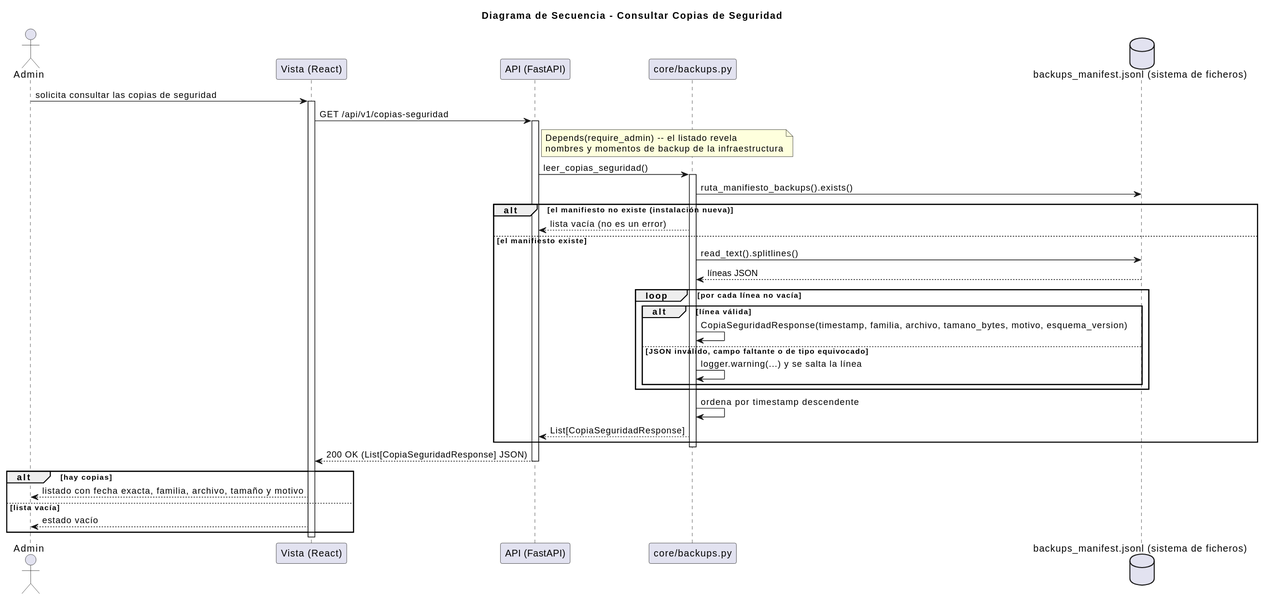
Before: images/RUP/03-diseño/casos-uso/consultarCopiasSeguridad/secuencia.svg, a diagram exported from PlantUML (mmasias/pyCeldaPublico).
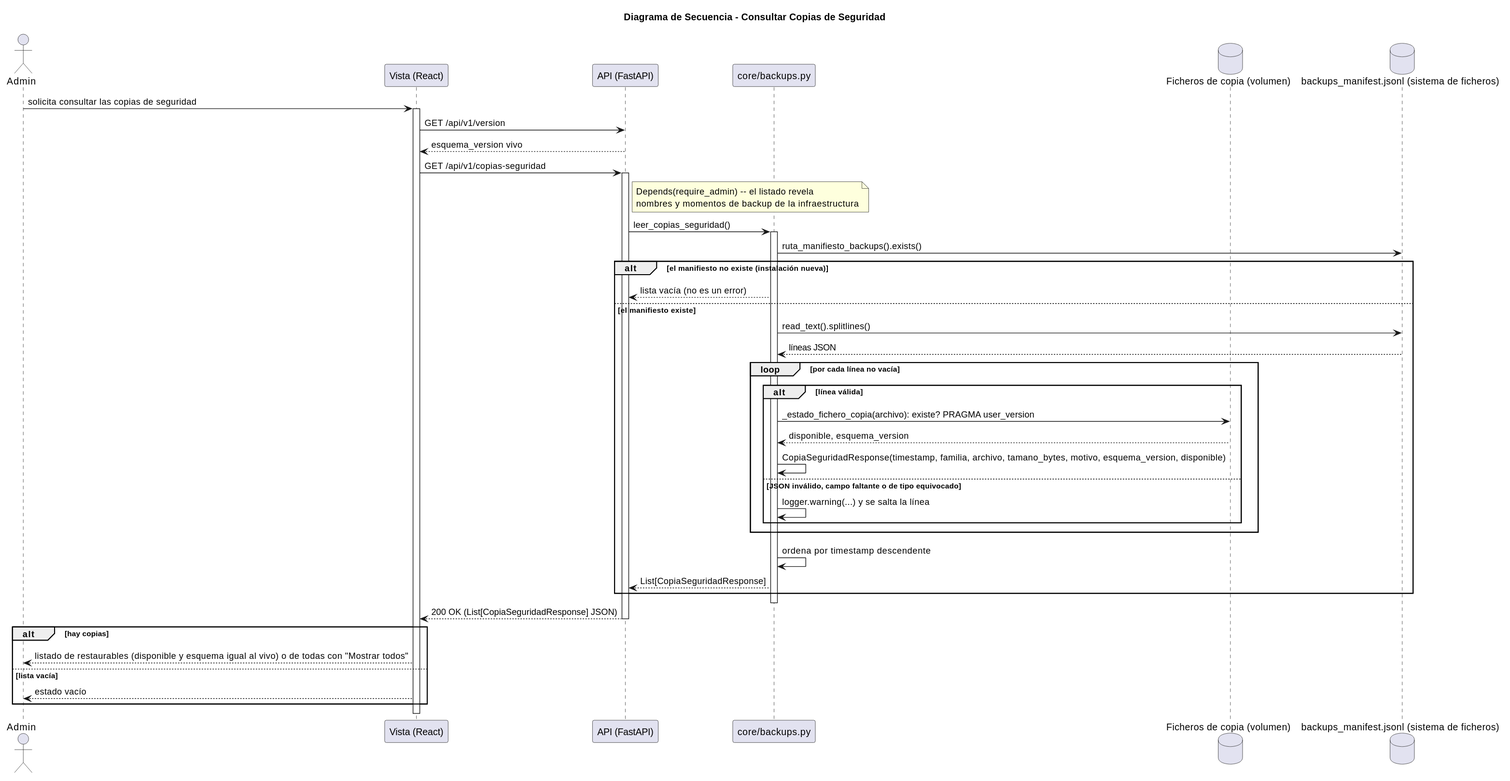
The same file after the commit.

The edit, as a diff of the source:
```diff
@@ -5,10 +5,13 @@
 participant "Vista (React)" as Vista
 participant "API (FastAPI)" as API
 participant "core/backups.py" as Backups
+database "Ficheros de copia (volumen)" as Ficheros
 database "backups_manifest.jsonl (sistema de ficheros)" as Manifiesto
 
 Admin -> Vista: solicita consultar las copias de seguridad
 activate Vista
+Vista -> API: GET /api/v1/version
+API --> Vista: esquema_version vivo
 Vista -> API: GET /api/v1/copias-seguridad
 activate API
 note right of API: Depends(require_admin) -- el listado revela\nnombres y momentos de backup de la infraestructura
@@ -23,7 +26,9 @@
     Manifiesto --> Backups: líneas JSON
     loop por cada línea no vacía
         alt línea válida
-            Backups -> Backups: CopiaSeguridadResponse(timestamp, familia, archivo, tamano_bytes, motivo, esquema_version)
+            Backups -> Ficheros: _estado_fichero_copia(archivo): existe? PRAGMA user_version
+            Ficheros --> Backups: disponible, esquema_version
+            Backups -> Backups: CopiaSeguridadResponse(timestamp, familia, archivo, tamano_bytes, motivo, esquema_version, disponible)
         else JSON inválido, campo faltante o de tipo equivocado
             Backups -> Backups: logger.warning(...) y se salta la línea
         end
@@ -36,7 +41,7 @@
 API --> Vista: 200 OK (List[CopiaSeguridadResponse] JSON)
 deactivate API
 alt hay copias
-    Vista --> Admin: listado con fecha exacta, familia, archivo, tamaño y motivo
+    Vista --> Admin: listado de restaurables (disponible y esquema igual al vivo) o de todas con "Mostrar todos"
 else lista vacía
     Vista --> Admin: estado vacío
 end
```
